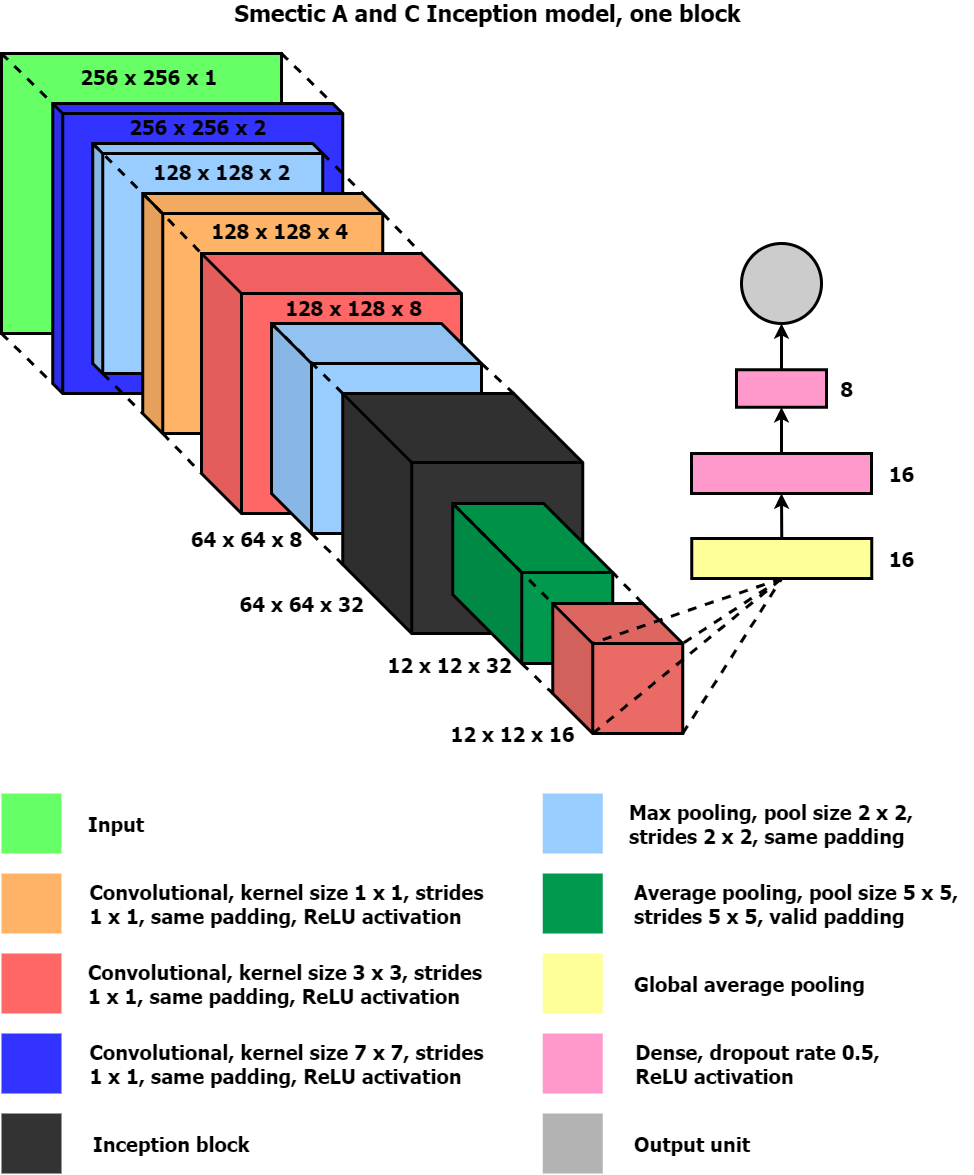
This is report/images/inception_model.png from jjheaton99/Liquid-Crystals-DL, a draw.io export, as it was before one commit. Source tidied: cells renumbered, new cells last; positions are measured from the earlier drawing's top-left corner, leaving out a move shared by most shapes.
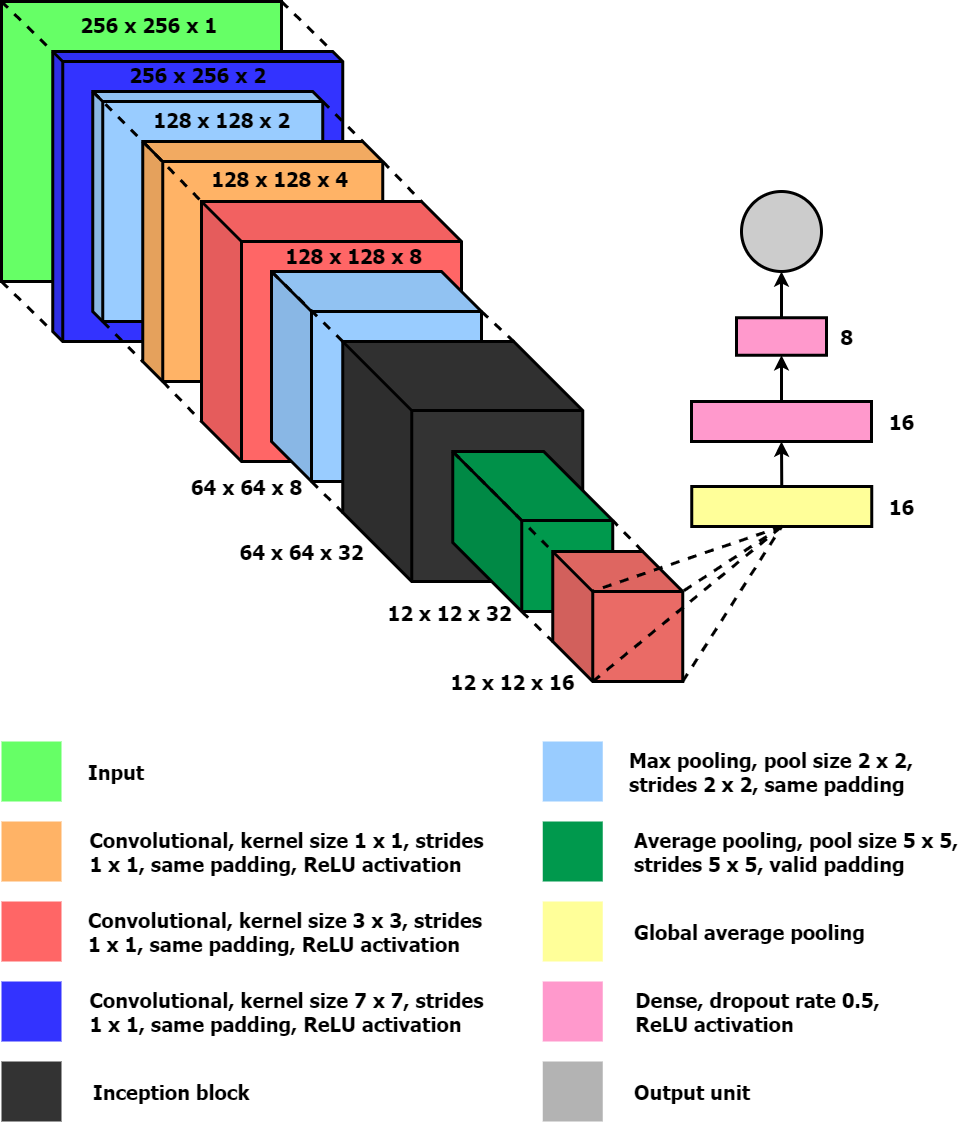
Above is the later version.

The edit, as a diff of the source:
```diff
@@ -182,9 +182,6 @@
     <mxCell id="59" style="endArrow=none;dashed=1;html=1;strokeWidth=3;entryX=0;entryY=0;entryDx=160;entryDy=69;entryPerimeter=0;exitX=0;exitY=0;exitDx=90;exitDy=0;exitPerimeter=0;" parent="1" edge="1" source="56" target="55">
       <mxGeometry relative="1" as="geometry" />
     </mxCell>
-    <mxCell id="60" value="&lt;font face=&quot;Tahoma&quot; size=&quot;1&quot;&gt;&lt;b style=&quot;font-size: 23px&quot;&gt;Smectic A and C Inception model, one block&lt;/b&gt;&lt;/font&gt;" style="text;html=1;align=center;verticalAlign=middle;" parent="1" vertex="1">
-      <mxGeometry x="226.2" width="520" height="20" as="geometry" />
-    </mxCell>
     <mxCell id="61" style="endArrow=none;dashed=1;html=1;strokeWidth=3;entryX=0;entryY=0;entryDx=130;entryDy=40;entryPerimeter=0;exitX=0.5;exitY=0;exitDx=0;exitDy=0;" parent="1" edge="1" source="19" target="56">
       <mxGeometry relative="1" as="geometry" />
     </mxCell>
```
